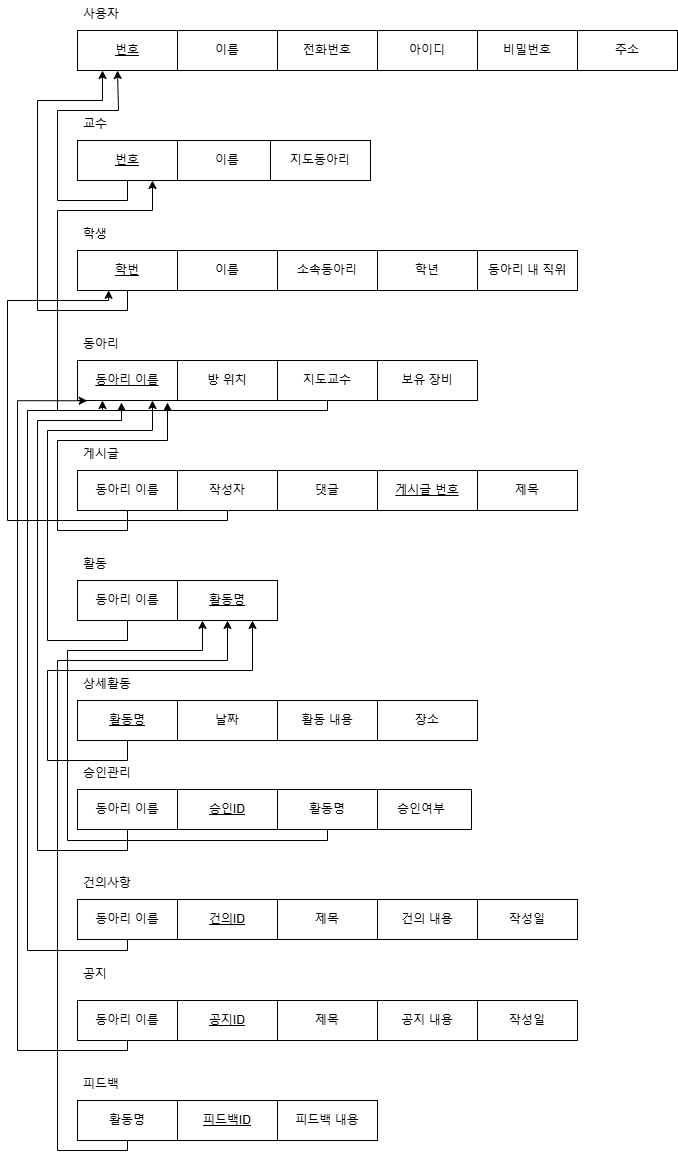
This is project/Relational Schema.png from wylee1/DatabaseTermproject, a draw.io export, as it was before one commit. Source tidied: cells renumbered, new cells last; positions are measured from the earlier drawing's top-left corner, leaving out a move shared by most shapes.
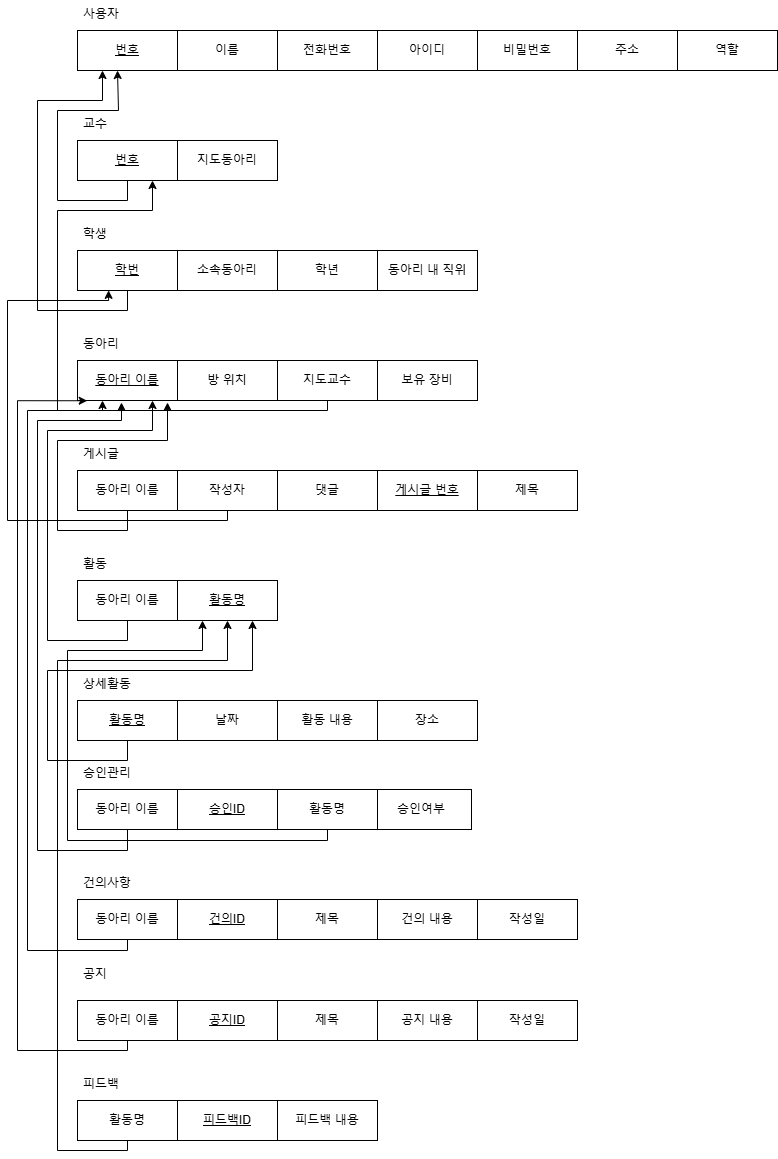
After the commit.

The edit, as a diff of the source:
```diff
@@ -40,9 +40,6 @@
     <mxCell id="11" value="&lt;u&gt;번호&lt;/u&gt;" style="whiteSpace=wrap;html=1;align=center;" parent="1" vertex="1">
       <mxGeometry x="70" y="140" width="100" height="40" as="geometry" />
     </mxCell>
-    <mxCell id="12" value="이름" style="whiteSpace=wrap;html=1;align=center;" parent="1" vertex="1">
-      <mxGeometry x="170" y="140" width="100" height="40" as="geometry" />
-    </mxCell>
     <mxCell id="13" value="학생" style="text;strokeColor=none;fillColor=none;spacingLeft=4;spacingRight=4;overflow=hidden;fontSize=12;whiteSpace=wrap;html=1;" parent="1" vertex="1">
       <mxGeometry x="70" y="220" width="50" height="30" as="geometry" />
     </mxCell>
@@ -59,17 +56,14 @@
     <mxCell id="15" value="&lt;u&gt;학번&lt;/u&gt;" style="whiteSpace=wrap;html=1;align=center;" parent="1" vertex="1">
       <mxGeometry x="70" y="250" width="100" height="40" as="geometry" />
     </mxCell>
-    <mxCell id="16" value="이름" style="whiteSpace=wrap;html=1;align=center;" parent="1" vertex="1">
-      <mxGeometry x="170" y="250" width="100" height="40" as="geometry" />
-    </mxCell>
     <mxCell id="17" value="소속동아리" style="whiteSpace=wrap;html=1;align=center;" parent="1" vertex="1">
-      <mxGeometry x="270" y="250" width="100" height="40" as="geometry" />
+      <mxGeometry x="170" y="250" width="100" height="40" as="geometry" />
     </mxCell>
     <mxCell id="18" value="학년" style="whiteSpace=wrap;html=1;align=center;" parent="1" vertex="1">
-      <mxGeometry x="370" y="250" width="100" height="40" as="geometry" />
+      <mxGeometry x="270" y="250" width="100" height="40" as="geometry" />
     </mxCell>
     <mxCell id="19" value="동아리 내 직위" style="whiteSpace=wrap;html=1;align=center;" parent="1" vertex="1">
-      <mxGeometry x="470" y="250" width="100" height="40" as="geometry" />
+      <mxGeometry x="370" y="250" width="100" height="40" as="geometry" />
     </mxCell>
     <mxCell id="20" value="동아리" style="text;strokeColor=none;fillColor=none;spacingLeft=4;spacingRight=4;overflow=hidden;fontSize=12;whiteSpace=wrap;html=1;" parent="1" vertex="1">
       <mxGeometry x="70" y="330" width="50" height="30" as="geometry" />
@@ -211,7 +205,7 @@
       <mxGeometry x="270" y="1100" width="100" height="40" as="geometry" />
     </mxCell>
     <mxCell id="57" value="지도동아리" style="whiteSpace=wrap;html=1;align=center;" parent="1" vertex="1">
-      <mxGeometry x="263" y="140" width="100" height="40" as="geometry" />
+      <mxGeometry x="170" y="140" width="100" height="40" as="geometry" />
     </mxCell>
     <mxCell id="58" value="승인여부" style="whiteSpace=wrap;html=1;align=center;" parent="1" vertex="1">
       <mxGeometry x="364" y="789" width="100" height="40" as="geometry" />
@@ -294,5 +288,8 @@
     <mxCell id="70" value="장소" style="whiteSpace=wrap;html=1;align=center;" parent="1" vertex="1">
       <mxGeometry x="370" y="700" width="100" height="40" as="geometry" />
     </mxCell>
+    <mxCell id="71" value="역할" style="whiteSpace=wrap;html=1;align=center;" parent="1" vertex="1">
+      <mxGeometry x="670" y="30" width="100" height="40" as="geometry" />
+    </mxCell>
   </root>
 </mxGraphModel>
```
